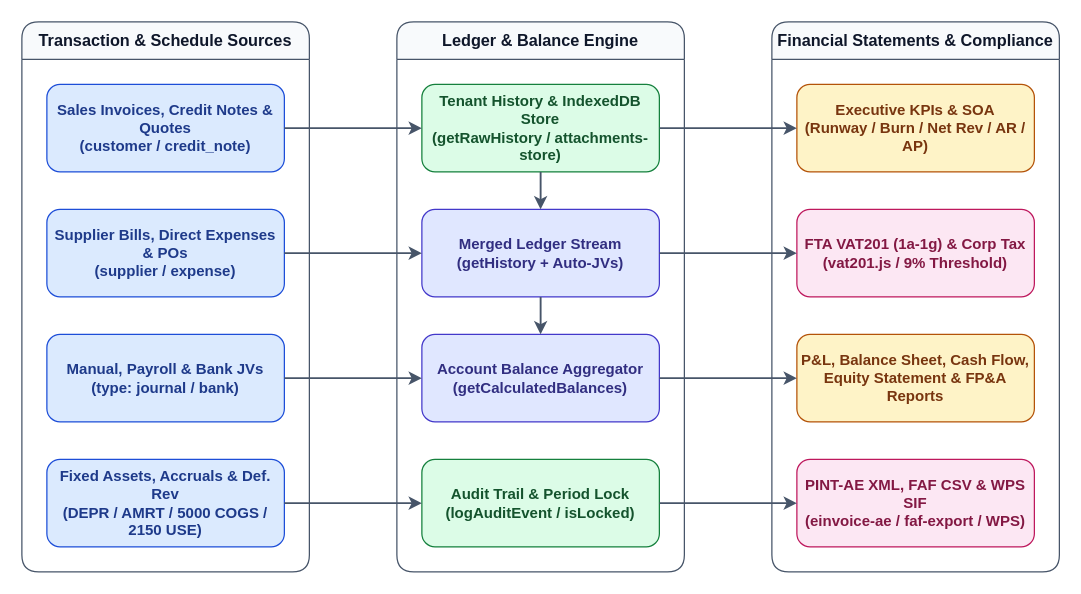
Before: docs/diagrams/data-flow-and-ledger.drawio in lumenconsultancyae/bookeeping_docs, a draw.io diagram. Source tidied: cells renumbered, new cells numbered last; positions are measured from the earlier drawing's top-left corner, leaving out a move shared by most shapes. Both pictures are drawn from the tidied source at 125%, with x=0, y=0 at pixel (21, 21).
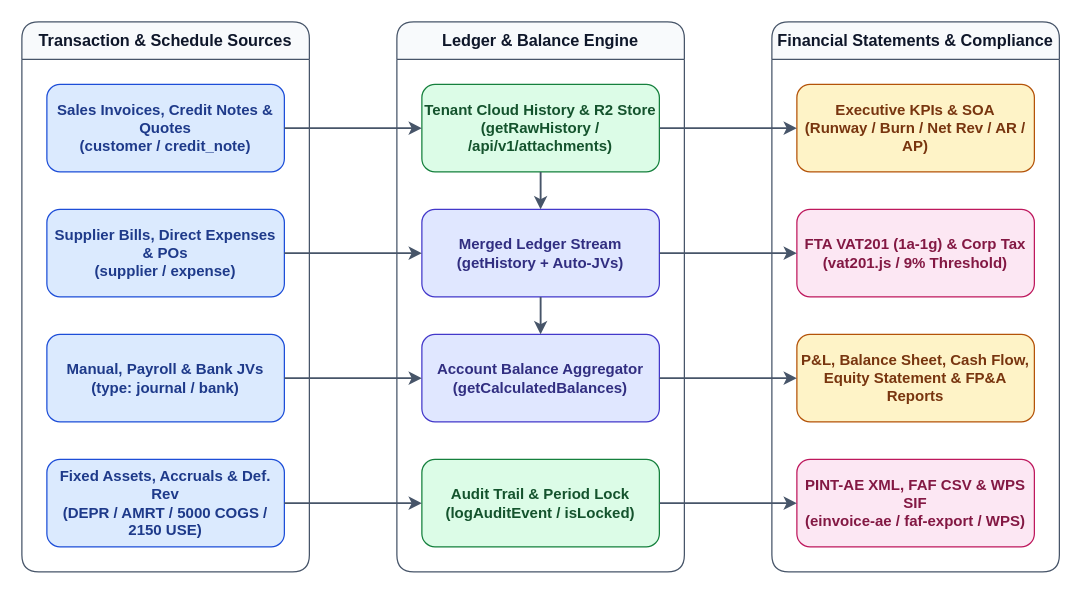
Above is the later version.

The change refers to these unchanged cells:
```xml
<mxCell id="7" value="Ledger &amp; Balance Engine" style="swimlane;whiteSpace=wrap;html=1;startSize=30;fillColor=#f8fafc;strokeColor=#475569;fontColor=#0f172a;fontStyle=1;fontSize=13;rounded=1;" parent="1" vertex="1">
  <mxGeometry x="300" width="230" height="440" as="geometry" />
</mxCell>
```

The edit, as a diff of the source:
```diff
@@
-    <mxCell id="8" value="Tenant History &amp; IndexedDB Store&#10;(getRawHistory / attachments-store)" style="rounded=1;whiteSpace=wrap;html=1;fillColor=#dcfce7;strokeColor=#15803d;fontColor=#14532d;fontSize=12;fontStyle=1;" parent="7" vertex="1">
+    <mxCell id="8" value="Tenant Cloud History &amp; R2 Store&#10;(getRawHistory / /api/v1/attachments)" style="rounded=1;whiteSpace=wrap;html=1;fillColor=#dcfce7;strokeColor=#15803d;fontColor=#14532d;fontSize=12;fontStyle=1;" parent="7" vertex="1">
       <mxGeometry x="20" y="50" width="190" height="70" as="geometry" />
     </mxCell>
```
